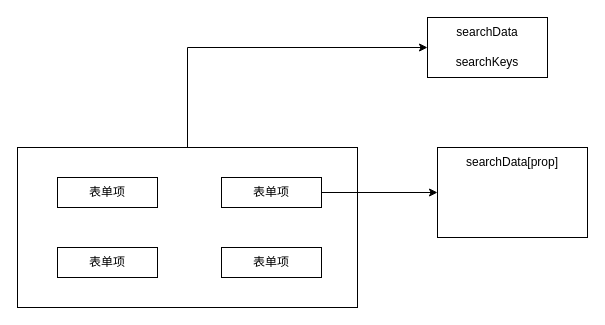
Above: page "Page-14" (14 of 14) of Untitled Diagram.drawio in wujinzhe/course (draw.io), before the change. Source tidied: cells renumbered, new cells numbered last; positions are measured from the earlier drawing's top-left corner, leaving out a move shared by most shapes. Both pictures are drawn from the tidied source at 100%, with x=0, y=0 at pixel (17, 17).
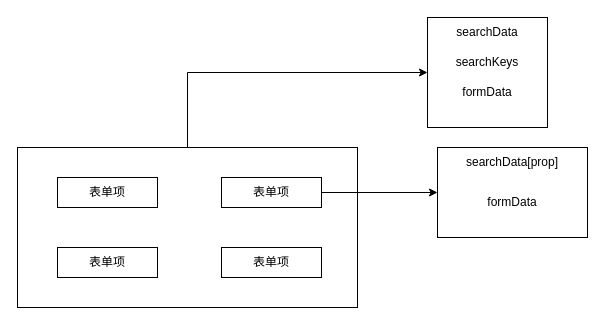
Above is the later version.

Change to the diagram source:
```diff
@@
 <mxGraphModel>
   <root>
     <mxCell id="0" />
     <mxCell id="1" parent="0" />
     <mxCell id="2" style="edgeStyle=orthogonalEdgeStyle;rounded=0;jettySize=auto;html=1;exitX=0.5;exitY=0;exitDx=0;exitDy=0;entryX=0;entryY=0.5;entryDx=0;entryDy=0;" parent="1" edge="1" source="3" target="9">
       <mxGeometry relative="1" as="geometry" />
     </mxCell>
     <mxCell id="3" style="rounded=0;whiteSpace=wrap;html=1;" parent="1" vertex="1">
       <mxGeometry y="130" width="340" height="160" as="geometry" />
     </mxCell>
     <mxCell id="4" value="表单项" style="rounded=0;whiteSpace=wrap;html=1;" parent="1" vertex="1">
       <mxGeometry x="40" y="160" width="100" height="30" as="geometry" />
     </mxCell>
     <mxCell id="5" style="edgeStyle=orthogonalEdgeStyle;rounded=0;jettySize=auto;html=1;exitX=1;exitY=0.5;exitDx=0;exitDy=0;entryX=0;entryY=0.5;entryDx=0;entryDy=0;" parent="1" edge="1" source="6" target="12">
       <mxGeometry relative="1" as="geometry" />
     </mxCell>
     <mxCell id="6" value="表单项" style="rounded=0;whiteSpace=wrap;html=1;" parent="1" vertex="1">
       <mxGeometry x="204" y="160" width="100" height="30" as="geometry" />
     </mxCell>
     <mxCell id="7" value="表单项" style="rounded=0;whiteSpace=wrap;html=1;" parent="1" vertex="1">
       <mxGeometry x="40" y="230" width="100" height="30" as="geometry" />
     </mxCell>
     <mxCell id="8" value="表单项" style="rounded=0;whiteSpace=wrap;html=1;" parent="1" vertex="1">
       <mxGeometry x="204" y="230" width="100" height="30" as="geometry" />
     </mxCell>
     <mxCell id="9" style="rounded=0;whiteSpace=wrap;html=1;" parent="1" vertex="1">
-      <mxGeometry x="410" width="120" height="60" as="geometry" />
+      <mxGeometry x="410" width="120" height="110" as="geometry" />
     </mxCell>
     <mxCell id="10" value="searchData" style="text;html=1;strokeColor=none;fillColor=none;align=center;verticalAlign=middle;whiteSpace=wrap;rounded=0;" parent="1" vertex="1">
       <mxGeometry x="410" width="120" height="30" as="geometry" />
     </mxCell>
     <mxCell id="11" value="searchKeys" style="text;html=1;strokeColor=none;fillColor=none;align=center;verticalAlign=middle;whiteSpace=wrap;rounded=0;" parent="1" vertex="1">
       <mxGeometry x="410" y="30" width="120" height="30" as="geometry" />
     </mxCell>
     <mxCell id="12" style="rounded=0;whiteSpace=wrap;html=1;" parent="1" vertex="1">
       <mxGeometry x="420" y="130" width="150" height="90" as="geometry" />
     </mxCell>
     <mxCell id="13" value="searchData[prop]" style="text;html=1;strokeColor=none;fillColor=none;align=center;verticalAlign=middle;whiteSpace=wrap;rounded=0;" parent="1" vertex="1">
       <mxGeometry x="420" y="130" width="150" height="30" as="geometry" />
     </mxCell>
+    <mxCell id="14" value="formData" style="text;html=1;strokeColor=none;fillColor=none;align=center;verticalAlign=middle;whiteSpace=wrap;rounded=0;" parent="1" vertex="1">
+      <mxGeometry x="450" y="170" width="90" height="30" as="geometry" />
+    </mxCell>
+    <mxCell id="15" value="formData" style="text;html=1;strokeColor=none;fillColor=none;align=center;verticalAlign=middle;whiteSpace=wrap;rounded=0;" parent="1" vertex="1">
+      <mxGeometry x="425" y="60" width="90" height="30" as="geometry" />
+    </mxCell>
   </root>
 </mxGraphModel>
```
